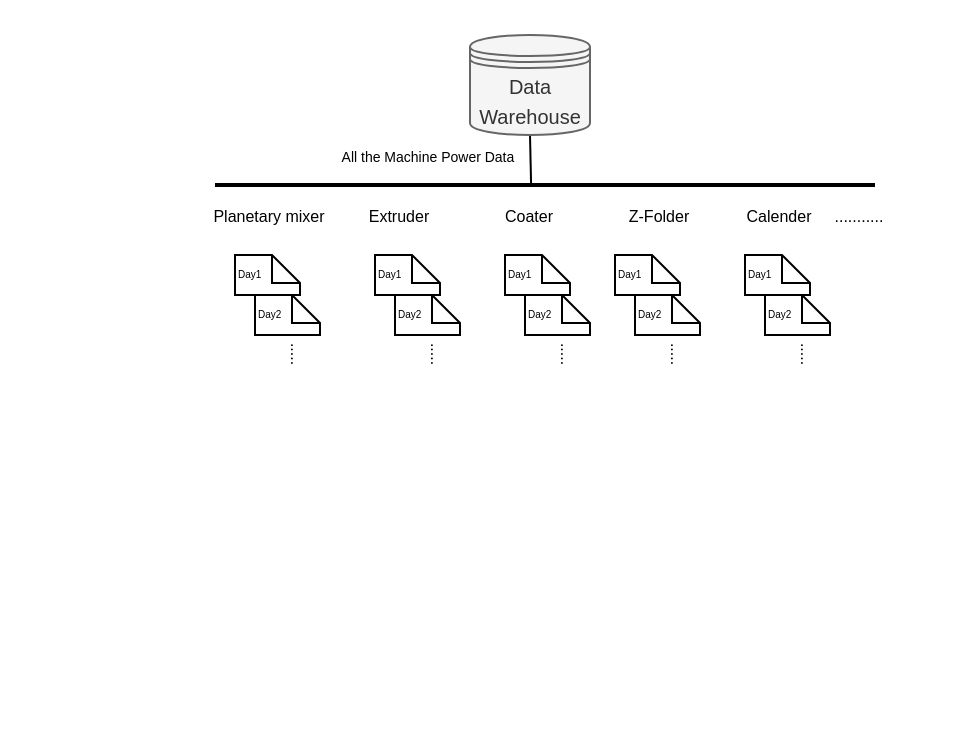
This is data_form.drawio from nimeng95/monika, a draw.io file, before an edit. Source tidied: cells renumbered, new cells numbered last; positions are measured from the earlier drawing's top-left corner, leaving out a move shared by most shapes. Both pictures are drawn from the tidied source at 200%, with x=0, y=0 at pixel (204, 34).
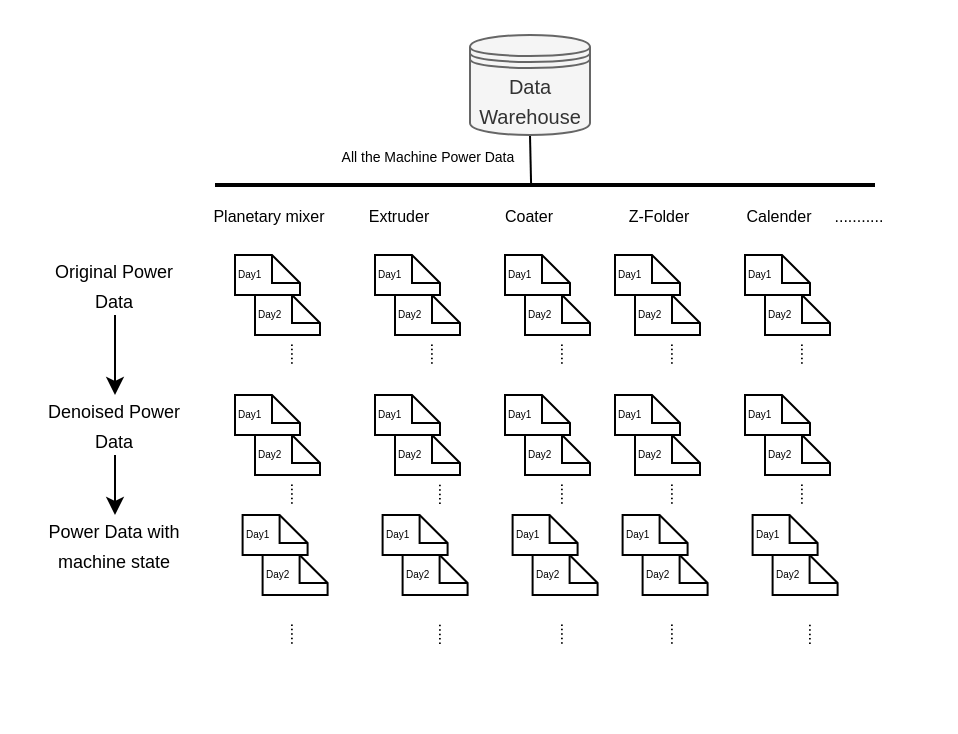
The same diagram, later.

Diff of the diagram source:
```diff
@@
+    <mxCell id="27" style="edgeStyle=orthogonalEdgeStyle;rounded=0;jettySize=auto;html=1;exitX=0.5;exitY=1;exitDx=0;exitDy=0;" parent="1" edge="1" source="28" target="40">
+      <mxGeometry relative="1" as="geometry" />
+    </mxCell>
+    <mxCell id="28" value="&lt;font style=&quot;font-size: 9px&quot;&gt;Original Power Data&lt;/font&gt;" style="text;html=1;strokeColor=none;fillColor=none;align=center;verticalAlign=middle;whiteSpace=wrap;rounded=0;" parent="1" vertex="1">
+      <mxGeometry x="-85" y="110" width="80" height="30" as="geometry" />
+    </mxCell>
+    <mxCell id="29" value="&lt;font style=&quot;font-size: 5px&quot;&gt;Day1&lt;/font&gt;" style="shape=note;whiteSpace=wrap;html=1;size=14;verticalAlign=top;align=left;spacingTop=-6;" parent="1" vertex="1">
+      <mxGeometry x="15" y="180" width="32.5" height="20" as="geometry" />
+    </mxCell>
+    <mxCell id="30" value="&lt;font style=&quot;font-size: 5px&quot;&gt;Day2&lt;/font&gt;" style="shape=note;whiteSpace=wrap;html=1;size=14;verticalAlign=top;align=left;spacingTop=-6;" parent="1" vertex="1">
+      <mxGeometry x="25" y="200" width="32.5" height="20" as="geometry" />
+    </mxCell>
+    <mxCell id="31" value="&lt;font style=&quot;font-size: 5px&quot;&gt;Day1&lt;/font&gt;" style="shape=note;whiteSpace=wrap;html=1;size=14;verticalAlign=top;align=left;spacingTop=-6;" parent="1" vertex="1">
+      <mxGeometry x="85" y="180" width="32.5" height="20" as="geometry" />
+    </mxCell>
+    <mxCell id="32" value="&lt;font style=&quot;font-size: 5px&quot;&gt;Day2&lt;/font&gt;" style="shape=note;whiteSpace=wrap;html=1;size=14;verticalAlign=top;align=left;spacingTop=-6;" parent="1" vertex="1">
+      <mxGeometry x="95" y="200" width="32.5" height="20" as="geometry" />
+    </mxCell>
+    <mxCell id="33" value="&lt;font style=&quot;font-size: 5px&quot;&gt;Day1&lt;/font&gt;" style="shape=note;whiteSpace=wrap;html=1;size=14;verticalAlign=top;align=left;spacingTop=-6;" parent="1" vertex="1">
+      <mxGeometry x="150" y="180" width="32.5" height="20" as="geometry" />
+    </mxCell>
+    <mxCell id="34" value="&lt;font style=&quot;font-size: 5px&quot;&gt;Day2&lt;/font&gt;" style="shape=note;whiteSpace=wrap;html=1;size=14;verticalAlign=top;align=left;spacingTop=-6;" parent="1" vertex="1">
+      <mxGeometry x="160" y="200" width="32.5" height="20" as="geometry" />
+    </mxCell>
+    <mxCell id="35" value="&lt;font style=&quot;font-size: 5px&quot;&gt;Day1&lt;/font&gt;" style="shape=note;whiteSpace=wrap;html=1;size=14;verticalAlign=top;align=left;spacingTop=-6;" parent="1" vertex="1">
+      <mxGeometry x="205" y="180" width="32.5" height="20" as="geometry" />
+    </mxCell>
+    <mxCell id="36" value="&lt;font style=&quot;font-size: 5px&quot;&gt;Day2&lt;/font&gt;" style="shape=note;whiteSpace=wrap;html=1;size=14;verticalAlign=top;align=left;spacingTop=-6;" parent="1" vertex="1">
+      <mxGeometry x="215" y="200" width="32.5" height="20" as="geometry" />
+    </mxCell>
+    <mxCell id="37" value="&lt;font style=&quot;font-size: 5px&quot;&gt;Day1&lt;/font&gt;" style="shape=note;whiteSpace=wrap;html=1;size=14;verticalAlign=top;align=left;spacingTop=-6;" parent="1" vertex="1">
+      <mxGeometry x="270" y="180" width="32.5" height="20" as="geometry" />
+    </mxCell>
+    <mxCell id="38" value="&lt;font style=&quot;font-size: 5px&quot;&gt;Day2&lt;/font&gt;" style="shape=note;whiteSpace=wrap;html=1;size=14;verticalAlign=top;align=left;spacingTop=-6;" parent="1" vertex="1">
+      <mxGeometry x="280" y="200" width="32.5" height="20" as="geometry" />
+    </mxCell>
+    <mxCell id="39" style="edgeStyle=orthogonalEdgeStyle;rounded=0;jettySize=auto;html=1;exitX=0.5;exitY=1;exitDx=0;exitDy=0;" parent="1" edge="1" source="40" target="51">
+      <mxGeometry relative="1" as="geometry" />
+    </mxCell>
+    <mxCell id="40" value="&lt;font style=&quot;font-size: 9px&quot;&gt;Denoised Power Data&lt;/font&gt;" style="text;html=1;strokeColor=none;fillColor=none;align=center;verticalAlign=middle;whiteSpace=wrap;rounded=0;" parent="1" vertex="1">
+      <mxGeometry x="-85" y="180" width="80" height="30" as="geometry" />
+    </mxCell>
+    <mxCell id="41" value="&lt;font style=&quot;font-size: 5px&quot;&gt;Day1&lt;/font&gt;" style="shape=note;whiteSpace=wrap;html=1;size=14;verticalAlign=top;align=left;spacingTop=-6;" parent="1" vertex="1">
+      <mxGeometry x="18.8" y="240" width="32.5" height="20" as="geometry" />
+    </mxCell>
+    <mxCell id="42" value="&lt;font style=&quot;font-size: 5px&quot;&gt;Day2&lt;/font&gt;" style="shape=note;whiteSpace=wrap;html=1;size=14;verticalAlign=top;align=left;spacingTop=-6;" parent="1" vertex="1">
+      <mxGeometry x="28.8" y="260" width="32.5" height="20" as="geometry" />
+    </mxCell>
+    <mxCell id="43" value="&lt;font style=&quot;font-size: 5px&quot;&gt;Day1&lt;/font&gt;" style="shape=note;whiteSpace=wrap;html=1;size=14;verticalAlign=top;align=left;spacingTop=-6;" parent="1" vertex="1">
+      <mxGeometry x="88.8" y="240" width="32.5" height="20" as="geometry" />
+    </mxCell>
+    <mxCell id="44" value="&lt;font style=&quot;font-size: 5px&quot;&gt;Day2&lt;/font&gt;" style="shape=note;whiteSpace=wrap;html=1;size=14;verticalAlign=top;align=left;spacingTop=-6;" parent="1" vertex="1">
+      <mxGeometry x="98.8" y="260" width="32.5" height="20" as="geometry" />
+    </mxCell>
+    <mxCell id="45" value="&lt;font style=&quot;font-size: 5px&quot;&gt;Day1&lt;/font&gt;" style="shape=note;whiteSpace=wrap;html=1;size=14;verticalAlign=top;align=left;spacingTop=-6;" parent="1" vertex="1">
+      <mxGeometry x="153.8" y="240" width="32.5" height="20" as="geometry" />
+    </mxCell>
+    <mxCell id="46" value="&lt;font style=&quot;font-size: 5px&quot;&gt;Day2&lt;/font&gt;" style="shape=note;whiteSpace=wrap;html=1;size=14;verticalAlign=top;align=left;spacingTop=-6;" parent="1" vertex="1">
+      <mxGeometry x="163.8" y="260" width="32.5" height="20" as="geometry" />
+    </mxCell>
+    <mxCell id="47" value="&lt;font style=&quot;font-size: 5px&quot;&gt;Day1&lt;/font&gt;" style="shape=note;whiteSpace=wrap;html=1;size=14;verticalAlign=top;align=left;spacingTop=-6;" parent="1" vertex="1">
+      <mxGeometry x="208.8" y="240" width="32.5" height="20" as="geometry" />
+    </mxCell>
+    <mxCell id="48" value="&lt;font style=&quot;font-size: 5px&quot;&gt;Day2&lt;/font&gt;" style="shape=note;whiteSpace=wrap;html=1;size=14;verticalAlign=top;align=left;spacingTop=-6;" parent="1" vertex="1">
+      <mxGeometry x="218.8" y="260" width="32.5" height="20" as="geometry" />
+    </mxCell>
+    <mxCell id="49" value="&lt;font style=&quot;font-size: 5px&quot;&gt;Day1&lt;/font&gt;" style="shape=note;whiteSpace=wrap;html=1;size=14;verticalAlign=top;align=left;spacingTop=-6;" parent="1" vertex="1">
+      <mxGeometry x="273.8" y="240" width="32.5" height="20" as="geometry" />
+    </mxCell>
+    <mxCell id="50" value="&lt;font style=&quot;font-size: 5px&quot;&gt;Day2&lt;/font&gt;" style="shape=note;whiteSpace=wrap;html=1;size=14;verticalAlign=top;align=left;spacingTop=-6;" parent="1" vertex="1">
+      <mxGeometry x="283.8" y="260" width="32.5" height="20" as="geometry" />
+    </mxCell>
+    <mxCell id="51" value="&lt;font style=&quot;font-size: 9px&quot;&gt;Power Data with machine state&lt;/font&gt;" style="text;html=1;strokeColor=none;fillColor=none;align=center;verticalAlign=middle;whiteSpace=wrap;rounded=0;" parent="1" vertex="1">
+      <mxGeometry x="-85" y="240" width="80" height="30" as="geometry" />
+    </mxCell>
+    <mxCell id="52" value="&lt;span style=&quot;font-size: 8px&quot;&gt;.....&lt;/span&gt;" style="text;html=1;strokeColor=none;fillColor=none;align=center;verticalAlign=middle;whiteSpace=wrap;rounded=0;rotation=90;" parent="1" vertex="1">
+      <mxGeometry x="15" y="220" width="65" height="20" as="geometry" />
+    </mxCell>
+    <mxCell id="53" value="&lt;span style=&quot;font-size: 8px&quot;&gt;.....&lt;/span&gt;" style="text;html=1;strokeColor=none;fillColor=none;align=center;verticalAlign=middle;whiteSpace=wrap;rounded=0;rotation=90;" parent="1" vertex="1">
+      <mxGeometry x="15" y="290" width="65" height="20" as="geometry" />
+    </mxCell>
+    <mxCell id="54" value="&lt;span style=&quot;font-size: 8px&quot;&gt;.....&lt;/span&gt;" style="text;html=1;strokeColor=none;fillColor=none;align=center;verticalAlign=middle;whiteSpace=wrap;rounded=0;rotation=90;" parent="1" vertex="1">
+      <mxGeometry x="88.8" y="220" width="65" height="20" as="geometry" />
+    </mxCell>
+    <mxCell id="55" value="&lt;span style=&quot;font-size: 8px&quot;&gt;.....&lt;/span&gt;" style="text;html=1;strokeColor=none;fillColor=none;align=center;verticalAlign=middle;whiteSpace=wrap;rounded=0;rotation=90;" parent="1" vertex="1">
+      <mxGeometry x="150" y="220" width="65" height="20" as="geometry" />
+    </mxCell>
+    <mxCell id="56" value="&lt;span style=&quot;font-size: 8px&quot;&gt;.....&lt;/span&gt;" style="text;html=1;strokeColor=none;fillColor=none;align=center;verticalAlign=middle;whiteSpace=wrap;rounded=0;rotation=90;" parent="1" vertex="1">
+      <mxGeometry x="205" y="220" width="65" height="20" as="geometry" />
+    </mxCell>
+    <mxCell id="57" value="&lt;span style=&quot;font-size: 8px&quot;&gt;.....&lt;/span&gt;" style="text;html=1;strokeColor=none;fillColor=none;align=center;verticalAlign=middle;whiteSpace=wrap;rounded=0;rotation=90;" parent="1" vertex="1">
+      <mxGeometry x="270" y="220" width="65" height="20" as="geometry" />
+    </mxCell>
+    <mxCell id="58" value="&lt;span style=&quot;font-size: 8px&quot;&gt;.....&lt;/span&gt;" style="text;html=1;strokeColor=none;fillColor=none;align=center;verticalAlign=middle;whiteSpace=wrap;rounded=0;rotation=90;" parent="1" vertex="1">
+      <mxGeometry x="88.8" y="290" width="65" height="20" as="geometry" />
+    </mxCell>
+    <mxCell id="59" value="&lt;span style=&quot;font-size: 8px&quot;&gt;.....&lt;/span&gt;" style="text;html=1;strokeColor=none;fillColor=none;align=center;verticalAlign=middle;whiteSpace=wrap;rounded=0;rotation=90;" parent="1" vertex="1">
+      <mxGeometry x="150" y="290" width="65" height="20" as="geometry" />
+    </mxCell>
+    <mxCell id="60" value="&lt;span style=&quot;font-size: 8px&quot;&gt;.....&lt;/span&gt;" style="text;html=1;strokeColor=none;fillColor=none;align=center;verticalAlign=middle;whiteSpace=wrap;rounded=0;rotation=90;" parent="1" vertex="1">
+      <mxGeometry x="205" y="290" width="65" height="20" as="geometry" />
+    </mxCell>
+    <mxCell id="61" value="&lt;span style=&quot;font-size: 8px&quot;&gt;.....&lt;/span&gt;" style="text;html=1;strokeColor=none;fillColor=none;align=center;verticalAlign=middle;whiteSpace=wrap;rounded=0;rotation=90;" parent="1" vertex="1">
+      <mxGeometry x="273.8" y="290" width="65" height="20" as="geometry" />
+    </mxCell>
```
